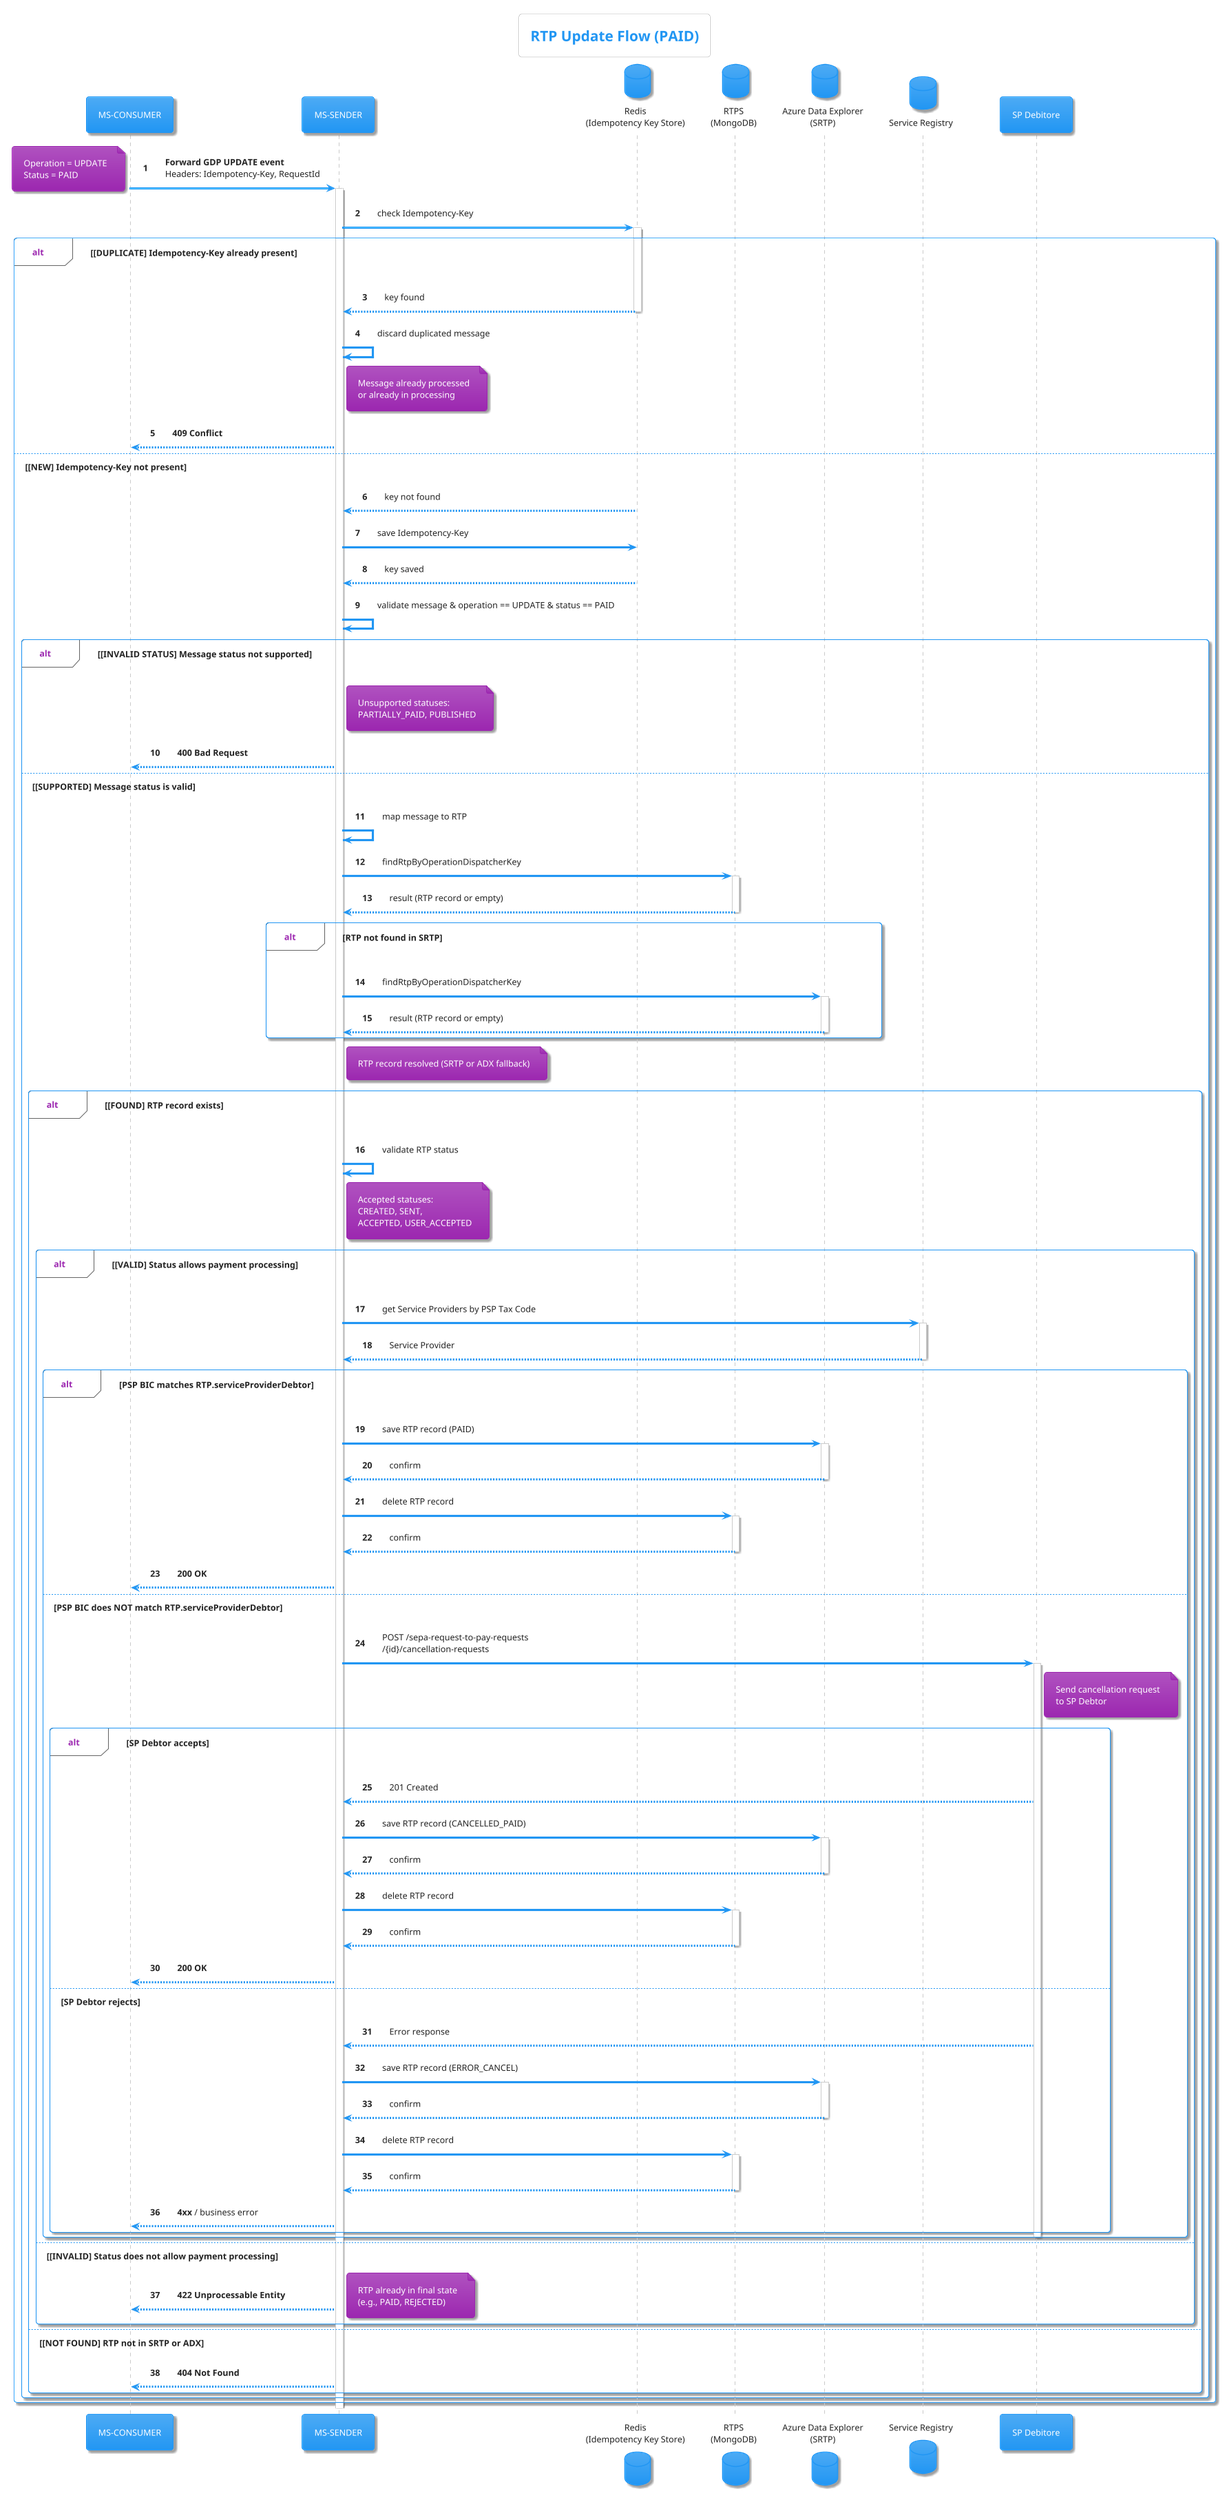
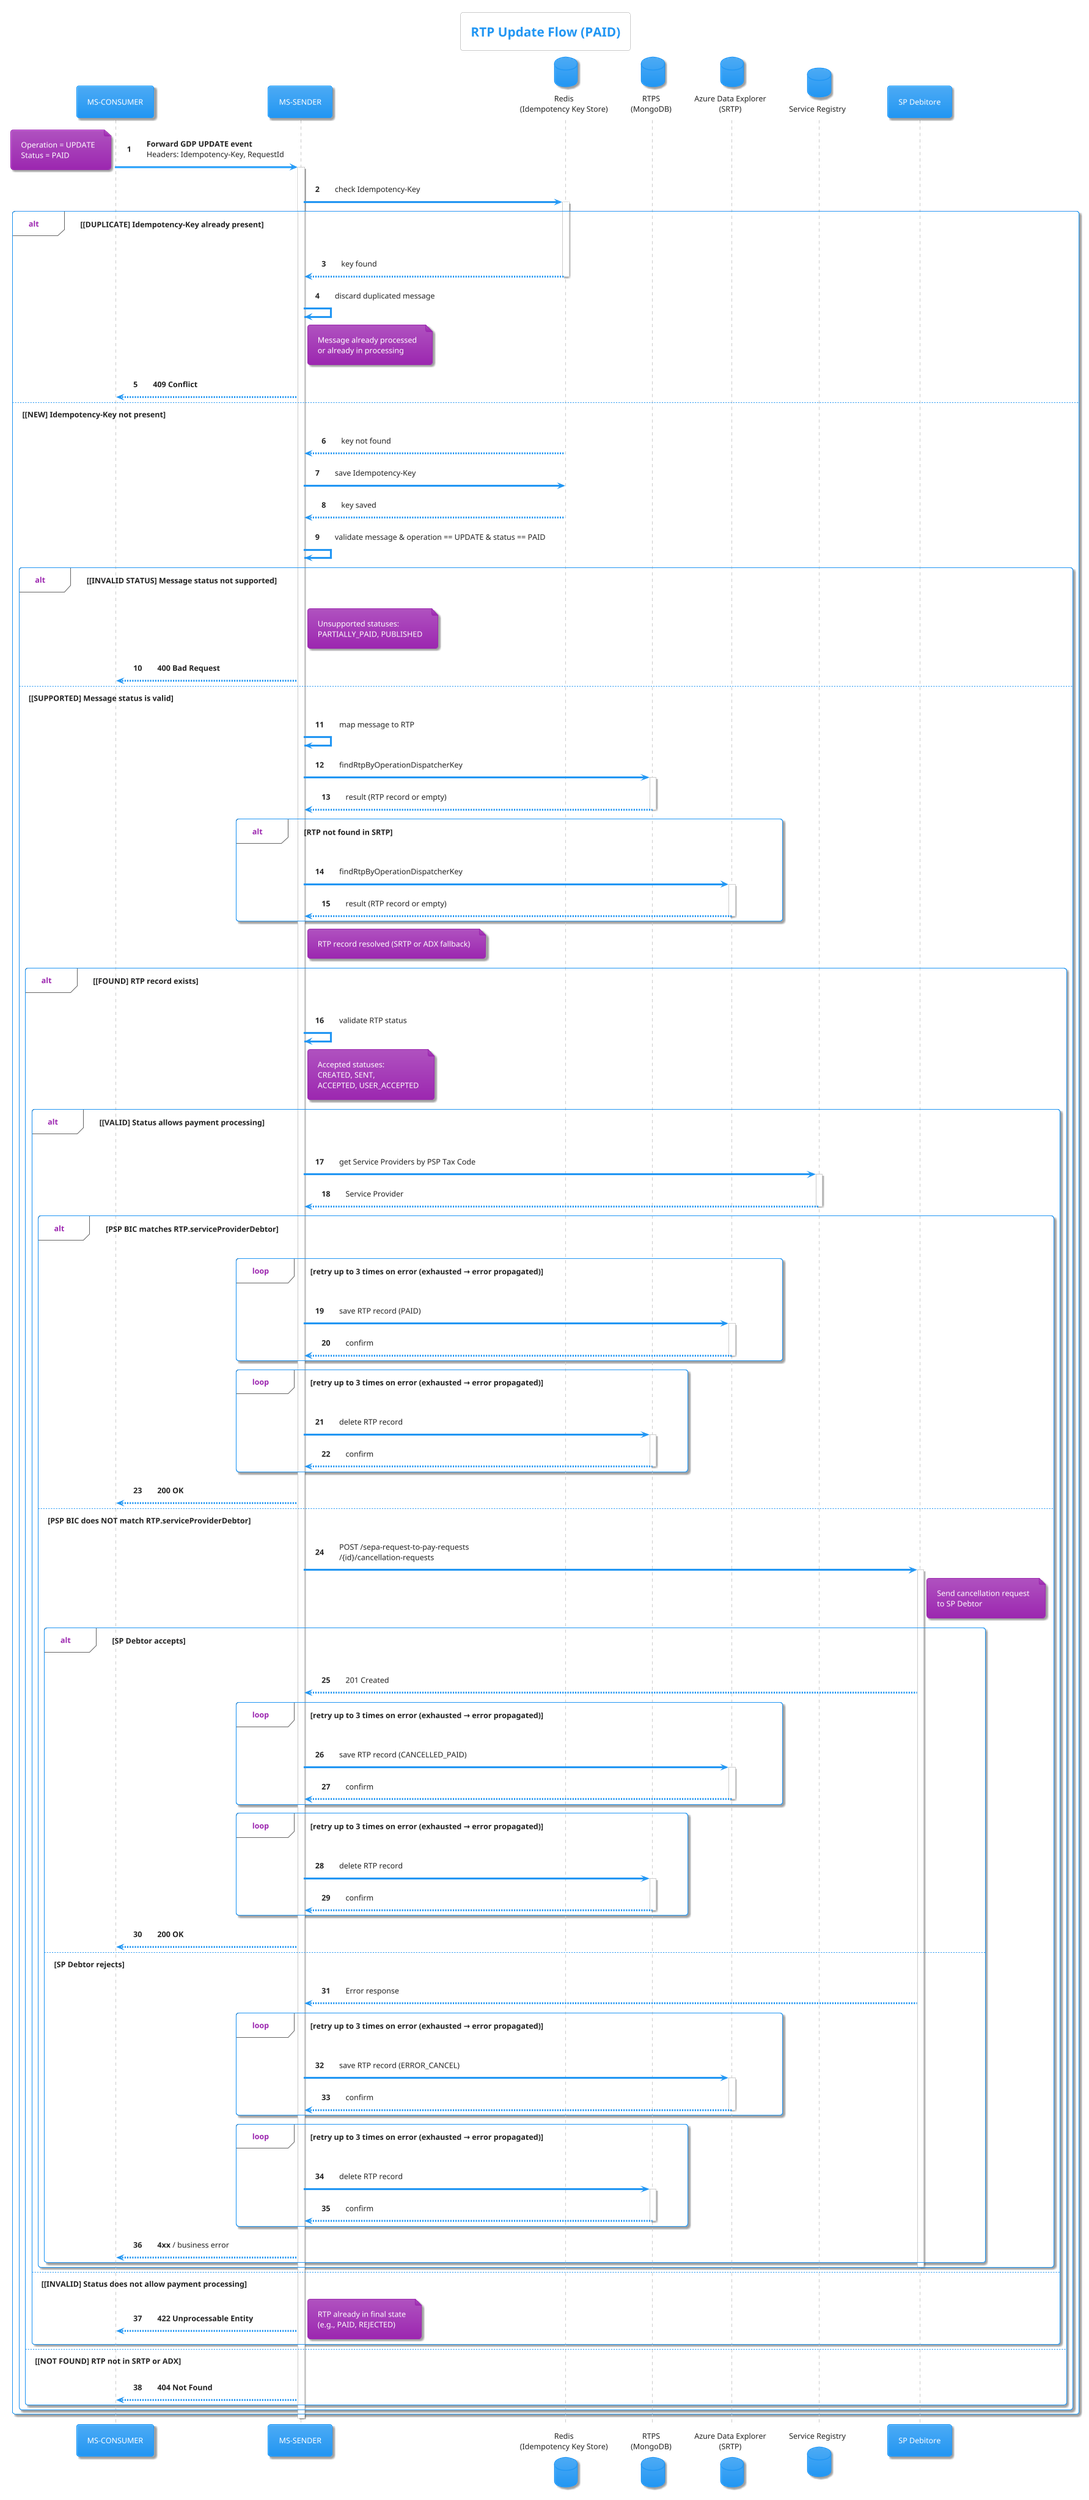
@startuml

!theme materia

title RTP Update Flow (PAID)

participant "MS-CONSUMER" as CONSUMER
participant "MS-SENDER" as SENDER
database "Redis\n(Idempotency Key Store)" as REDIS
database "RTPS\n(MongoDB)" as SRTP
database "Azure Data Explorer\n(SRTP)" as ADX
database "Service Registry" as Registry
participant "SP Debitore" as SPD

autonumber

CONSUMER -> SENDER: **Forward GDP UPDATE event**\nHeaders: Idempotency-Key, RequestId
note left
  Operation = UPDATE
  Status = PAID
end note

activate SENDER

SENDER -> REDIS: check Idempotency-Key
activate REDIS

alt **[DUPLICATE] Idempotency-Key already present**
  REDIS --> SENDER: key found
  deactivate REDIS
  SENDER -> SENDER: discard duplicated message
  note right of SENDER
    Message already processed
    or already in processing
  end note
  SENDER --> CONSUMER: **409 Conflict**

else **[NEW] Idempotency-Key not present**
  REDIS --> SENDER: key not found
  SENDER -> REDIS: save Idempotency-Key
  REDIS --> SENDER: key saved
  deactivate REDIS

  SENDER -> SENDER: validate message & operation == UPDATE & status == PAID

  alt **[INVALID STATUS] Message status not supported**
    note right of SENDER
      Unsupported statuses:
      PARTIALLY_PAID, PUBLISHED
    end note
    SENDER --> CONSUMER: **400 Bad Request**

  else **[SUPPORTED] Message status is valid**
    SENDER -> SENDER: map message to RTP

    SENDER -> SRTP: findRtpByOperationDispatcherKey
    activate SRTP
    SRTP --> SENDER: result (RTP record or empty)
    deactivate SRTP

    alt **RTP not found in SRTP**
      SENDER -> ADX: findRtpByOperationDispatcherKey
      activate ADX
      ADX --> SENDER: result (RTP record or empty)
      deactivate ADX
    end
    note right of SENDER: RTP record resolved (SRTP or ADX fallback)

    alt **[FOUND] RTP record exists**

      SENDER -> SENDER: validate RTP status
      note right of SENDER
        Accepted statuses:
        CREATED, SENT,
        ACCEPTED, USER_ACCEPTED
      end note

      alt **[VALID] Status allows payment processing**
        SENDER -> Registry: get Service Providers by PSP Tax Code
        activate Registry
        Registry --> SENDER: Service Provider
        deactivate Registry

        alt **PSP BIC matches RTP.serviceProviderDebtor**
-           SENDER -> ADX: save RTP record (PAID)
-           activate ADX
-           ADX --> SENDER: confirm
-           deactivate ADX
-           SENDER -> SRTP: delete RTP record
-           activate SRTP
-           SRTP --> SENDER: confirm
-           deactivate SRTP
+           loop **retry up to 3 times on error (exhausted → error propagated)**
+             SENDER -> ADX: save RTP record (PAID)
+             activate ADX
+             ADX --> SENDER: confirm
+             deactivate ADX
+           end
+           loop **retry up to 3 times on error (exhausted → error propagated)**
+             SENDER -> SRTP: delete RTP record
+             activate SRTP
+             SRTP --> SENDER: confirm
+             deactivate SRTP
+           end
          SENDER --> CONSUMER: **200 OK**

        else **PSP BIC does NOT match RTP.serviceProviderDebtor**
          SENDER -> SPD: POST /sepa-request-to-pay-requests\n/{id}/cancellation-requests
          note right of SPD: Send cancellation request\nto SP Debtor
          activate SPD

          alt **SP Debtor accepts**
            SPD --> SENDER: 201 Created
-             SENDER -> ADX: save RTP record (CANCELLED_PAID)
-             activate ADX
-             ADX --> SENDER: confirm
-             deactivate ADX
-             SENDER -> SRTP: delete RTP record
-             activate SRTP
-             SRTP --> SENDER: confirm
-             deactivate SRTP
+             loop **retry up to 3 times on error (exhausted → error propagated)**
+               SENDER -> ADX: save RTP record (CANCELLED_PAID)
+               activate ADX
+               ADX --> SENDER: confirm
+               deactivate ADX
+             end
+             loop **retry up to 3 times on error (exhausted → error propagated)**
+               SENDER -> SRTP: delete RTP record
+               activate SRTP
+               SRTP --> SENDER: confirm
+               deactivate SRTP
+             end
            SENDER --> CONSUMER: **200 OK**

          else **SP Debtor rejects**
            SPD --> SENDER: Error response
-             SENDER -> ADX: save RTP record (ERROR_CANCEL)
-             activate ADX
-             ADX --> SENDER: confirm
-             deactivate ADX
-             SENDER -> SRTP: delete RTP record
-             activate SRTP
-             SRTP --> SENDER: confirm
-             deactivate SRTP
+             loop **retry up to 3 times on error (exhausted → error propagated)**
+               SENDER -> ADX: save RTP record (ERROR_CANCEL)
+               activate ADX
+               ADX --> SENDER: confirm
+               deactivate ADX
+             end
+             loop **retry up to 3 times on error (exhausted → error propagated)**
+               SENDER -> SRTP: delete RTP record
+               activate SRTP
+               SRTP --> SENDER: confirm
+               deactivate SRTP
+             end
            SENDER --> CONSUMER: **4xx** / business error
          end

          deactivate SPD
        end

      else **[INVALID] Status does not allow payment processing**
        SENDER --> CONSUMER: **422 Unprocessable Entity**
        note right: RTP already in final state\n(e.g., PAID, REJECTED)
      end

    else **[NOT FOUND] RTP not in SRTP or ADX**
      SENDER --> CONSUMER: **404 Not Found**
    end

  end
end

deactivate SENDER

@enduml